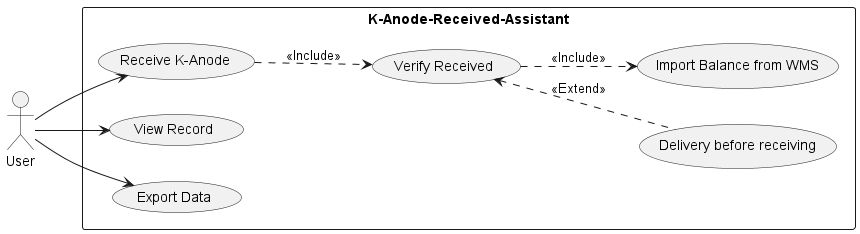
Above: out/UML/Concept/UseCase.png in Shinodari/K-Anode-Received-Assistant-Design (PlantUML), before the change.
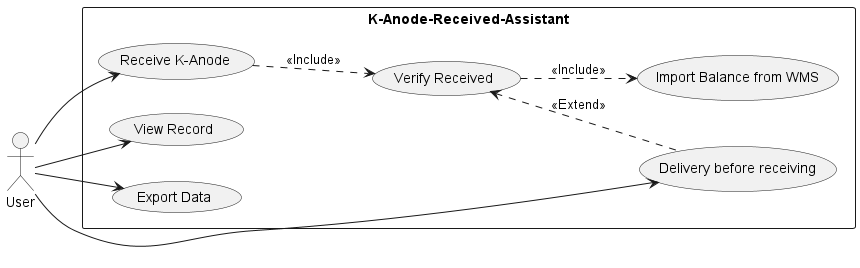
The same file after the commit.

Commit message:
usecase:feat user to delivery

What changed in the source:
```diff
@@ -13,6 +13,7 @@
 receive ..> verify : <<Include>>
 verify ..> import : <<Include>>
 
+User --> delivery
 verify <.. delivery : <<Extend>>
 
 User --> view
```
